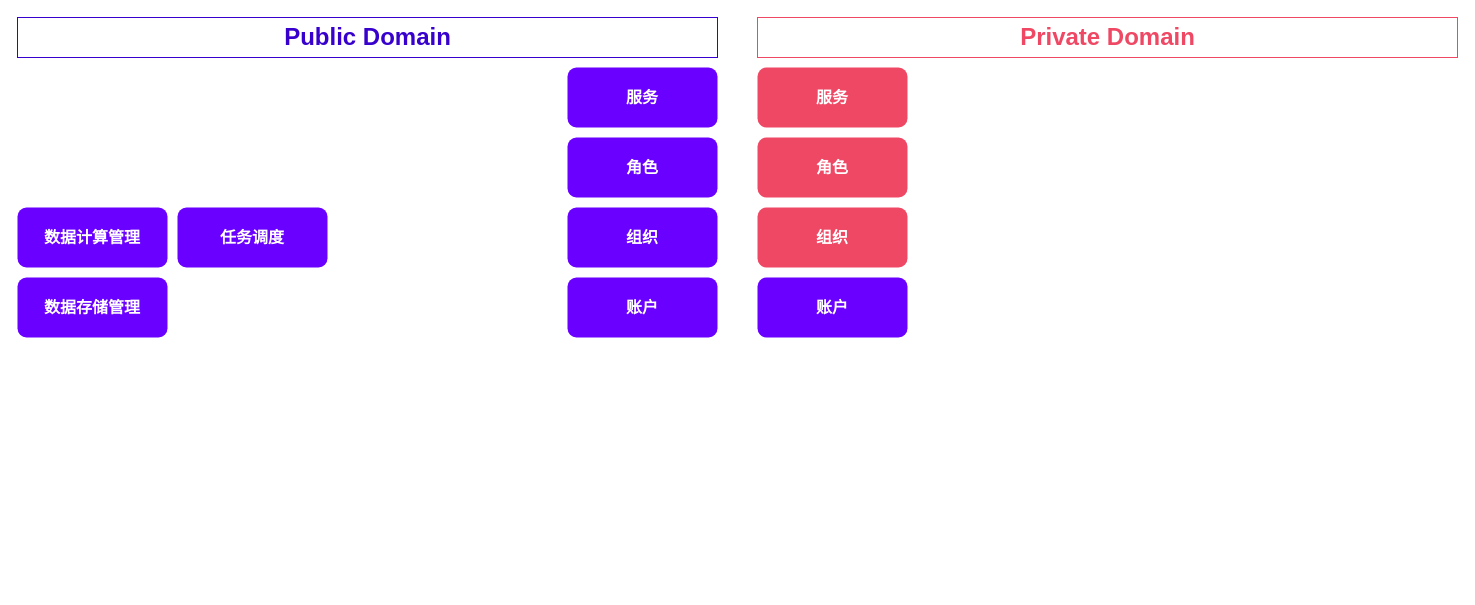
Earlier version of the draw.io diagram 统一用户中心.drawio (joestarhu/drowio). Source tidied: cells renumbered, new cells numbered last; positions are measured from the earlier drawing's top-left corner, leaving out a move shared by most shapes. Both pictures are drawn from the tidied source at 100%, with x=0, y=0 at pixel (17, 17).
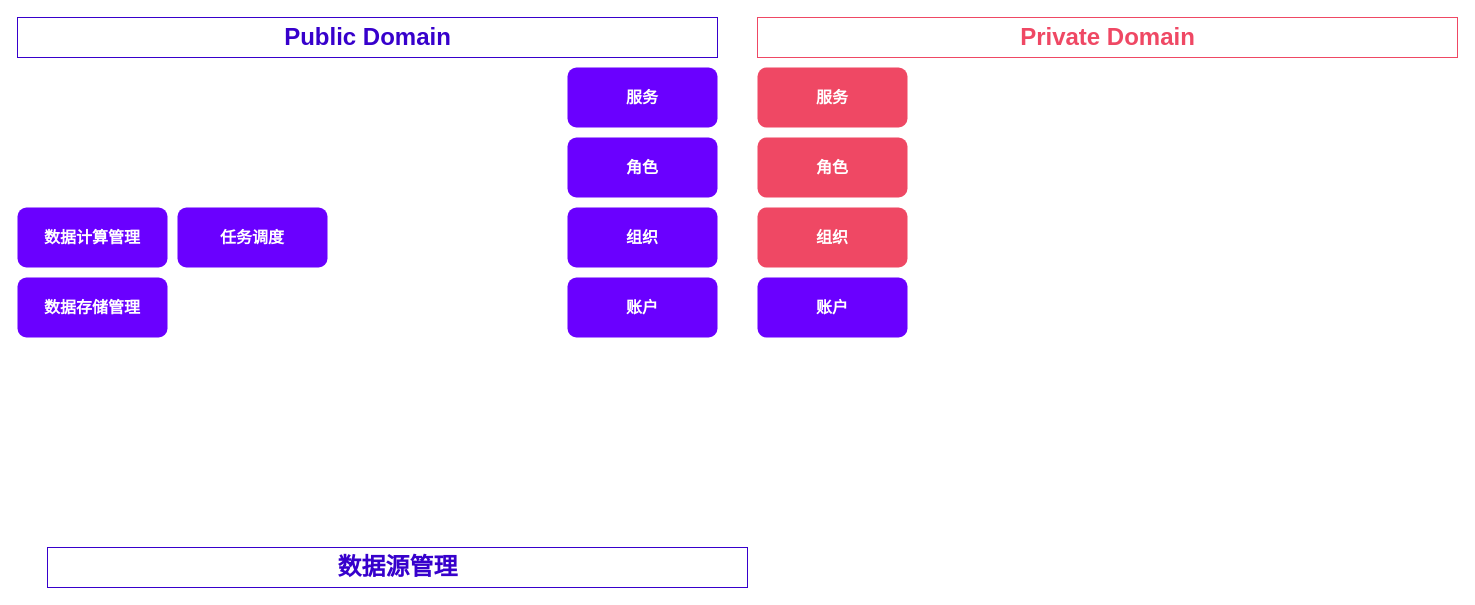
The same page after the edit.

Commit message:
更新统一用户中心.drawio

The edit, as a diff of the source:
```diff
@@
 <mxGraphModel>
   <root>
     <mxCell id="0" />
     <mxCell id="1" parent="0" />
     <mxCell id="2" value="Public Domain" style="text;strokeColor=#3700CC;fillColor=none;html=1;fontSize=24;fontStyle=1;verticalAlign=middle;align=center;fontColor=#3700CC;" parent="1" vertex="1">
       <mxGeometry width="700" height="40" as="geometry" />
     </mxCell>
     <mxCell id="3" value="Private Domain" style="text;strokeColor=#ef4864;fillColor=none;html=1;fontSize=24;fontStyle=1;verticalAlign=middle;align=center;fontColor=#ef4864;" parent="1" vertex="1">
       <mxGeometry x="740" width="700" height="40" as="geometry" />
     </mxCell>
     <mxCell id="4" value="组织" style="rounded=1;whiteSpace=wrap;html=1;fillColor=#6a00ff;fontColor=#ffffff;strokeColor=none;fontSize=16;fontStyle=1;" parent="1" vertex="1">
       <mxGeometry x="550" y="190" width="150" height="60" as="geometry" />
     </mxCell>
     <mxCell id="5" value="角色" style="rounded=1;whiteSpace=wrap;html=1;fillColor=#6a00ff;fontColor=#ffffff;strokeColor=none;fontSize=16;fontStyle=1;" parent="1" vertex="1">
       <mxGeometry x="550" y="120" width="150" height="60" as="geometry" />
     </mxCell>
     <mxCell id="6" value="服务" style="rounded=1;whiteSpace=wrap;html=1;fillColor=#6a00ff;fontColor=#ffffff;strokeColor=none;fontSize=16;fontStyle=1;" parent="1" vertex="1">
       <mxGeometry x="550" y="50" width="150" height="60" as="geometry" />
     </mxCell>
     <mxCell id="7" value="账户" style="rounded=1;whiteSpace=wrap;html=1;fillColor=#6a00ff;fontColor=#ffffff;strokeColor=none;fontSize=16;fontStyle=1;" parent="1" vertex="1">
       <mxGeometry x="550" y="260" width="150" height="60" as="geometry" />
     </mxCell>
     <mxCell id="8" value="组织" style="rounded=1;whiteSpace=wrap;html=1;fillColor=#EF4864;fontColor=#ffffff;strokeColor=none;fontSize=16;fontStyle=1;" parent="1" vertex="1">
       <mxGeometry x="740" y="190" width="150" height="60" as="geometry" />
     </mxCell>
     <mxCell id="9" value="账户" style="rounded=1;whiteSpace=wrap;html=1;fillColor=#6a00ff;fontColor=#ffffff;strokeColor=none;fontSize=16;fontStyle=1;" parent="1" vertex="1">
       <mxGeometry x="740" y="260" width="150" height="60" as="geometry" />
     </mxCell>
     <mxCell id="10" value="角色" style="rounded=1;whiteSpace=wrap;html=1;fillColor=#EF4864;fontColor=#ffffff;strokeColor=none;fontSize=16;fontStyle=1;" parent="1" vertex="1">
       <mxGeometry x="740" y="120" width="150" height="60" as="geometry" />
     </mxCell>
     <mxCell id="11" value="服务" style="rounded=1;whiteSpace=wrap;html=1;fillColor=#EF4864;fontColor=#ffffff;strokeColor=none;fontSize=16;fontStyle=1;" parent="1" vertex="1">
       <mxGeometry x="740" y="50" width="150" height="60" as="geometry" />
     </mxCell>
     <mxCell id="12" value="数据存储管理" style="rounded=1;whiteSpace=wrap;html=1;fillColor=#6a00ff;fontColor=#ffffff;strokeColor=none;fontSize=16;fontStyle=1;" parent="1" vertex="1">
       <mxGeometry y="260" width="150" height="60" as="geometry" />
     </mxCell>
     <mxCell id="13" value="数据计算管理" style="rounded=1;whiteSpace=wrap;html=1;fillColor=#6a00ff;fontColor=#ffffff;strokeColor=none;fontSize=16;fontStyle=1;" parent="1" vertex="1">
       <mxGeometry y="190" width="150" height="60" as="geometry" />
     </mxCell>
     <mxCell id="14" value="任务调度" style="rounded=1;whiteSpace=wrap;html=1;fillColor=#6a00ff;fontColor=#ffffff;strokeColor=none;fontSize=16;fontStyle=1;" parent="1" vertex="1">
       <mxGeometry x="160" y="190" width="150" height="60" as="geometry" />
     </mxCell>
+    <mxCell id="15" value="数据源管理" style="text;strokeColor=#3700CC;fillColor=none;html=1;fontSize=24;fontStyle=1;verticalAlign=middle;align=center;fontColor=#3700CC;" parent="1" vertex="1">
+      <mxGeometry x="30" y="530" width="700" height="40" as="geometry" />
+    </mxCell>
   </root>
 </mxGraphModel>
```
